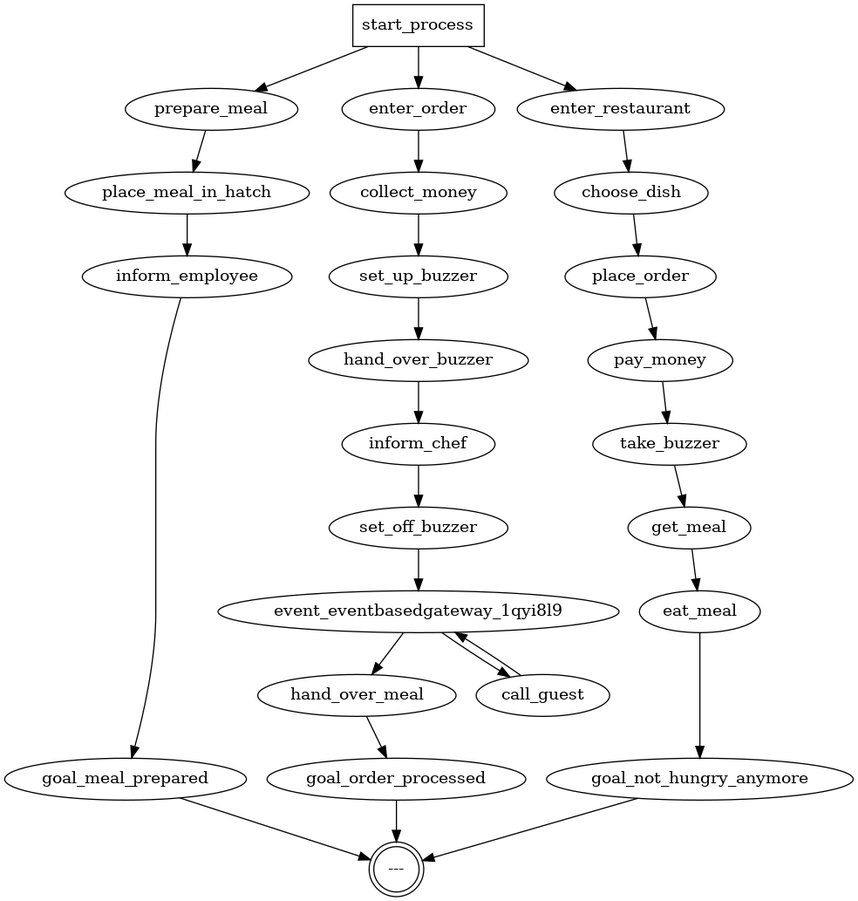
QuMuLab/bpmn-to-pddl-translation keeps this Graphviz diagram as self_serve_restaurant/not_flattened/graph.png. Above is the earlier version. Its source is kept beside it as self_serve_restaurant/not_flattened/graph.dot. Its diagram source:
```dot
digraph {
  20 [label="pay_money"];
  21 [label="place_order"];
  2 [label="inform_employee"];
  1 [label="goal_meal_prepared"];
  0 [label="---", shape=doublecircle];
  3 [label="place_meal_in_hatch"];
  4 [label="prepare_meal"];
  5 [label="start_process", shape=box];
  7 [label="hand_over_meal"];
  14 [label="enter_order"];
  8 [label="event_eventbasedgateway_1qyi8l9"];
  9 [label="set_off_buzzer"];
  10 [label="inform_chef"];
  15 [label="call_guest"];
  6 [label="goal_order_processed"];
  11 [label="hand_over_buzzer"];
  12 [label="set_up_buzzer"];
  13 [label="collect_money"];
  18 [label="get_meal"];
  19 [label="take_buzzer"];
  17 [label="eat_meal"];
  16 [label="goal_not_hungry_anymore"];
  22 [label="choose_dish"];
  23 [label="enter_restaurant"];
  20 -> 19;
  21 -> 20;
  2 -> 1;
  1 -> 0;
  3 -> 2;
  4 -> 3;
  5 -> 23;
  5 -> 14;
  5 -> 4;
  7 -> 6;
  14 -> 13;
  8 -> 7;
  8 -> 15;
  9 -> 8;
  10 -> 9;
  15 -> 8;
  6 -> 0;
  11 -> 10;
  12 -> 11;
  13 -> 12;
  18 -> 17;
  19 -> 18;
  17 -> 16;
  16 -> 0;
  22 -> 21;
  23 -> 22;
}
```
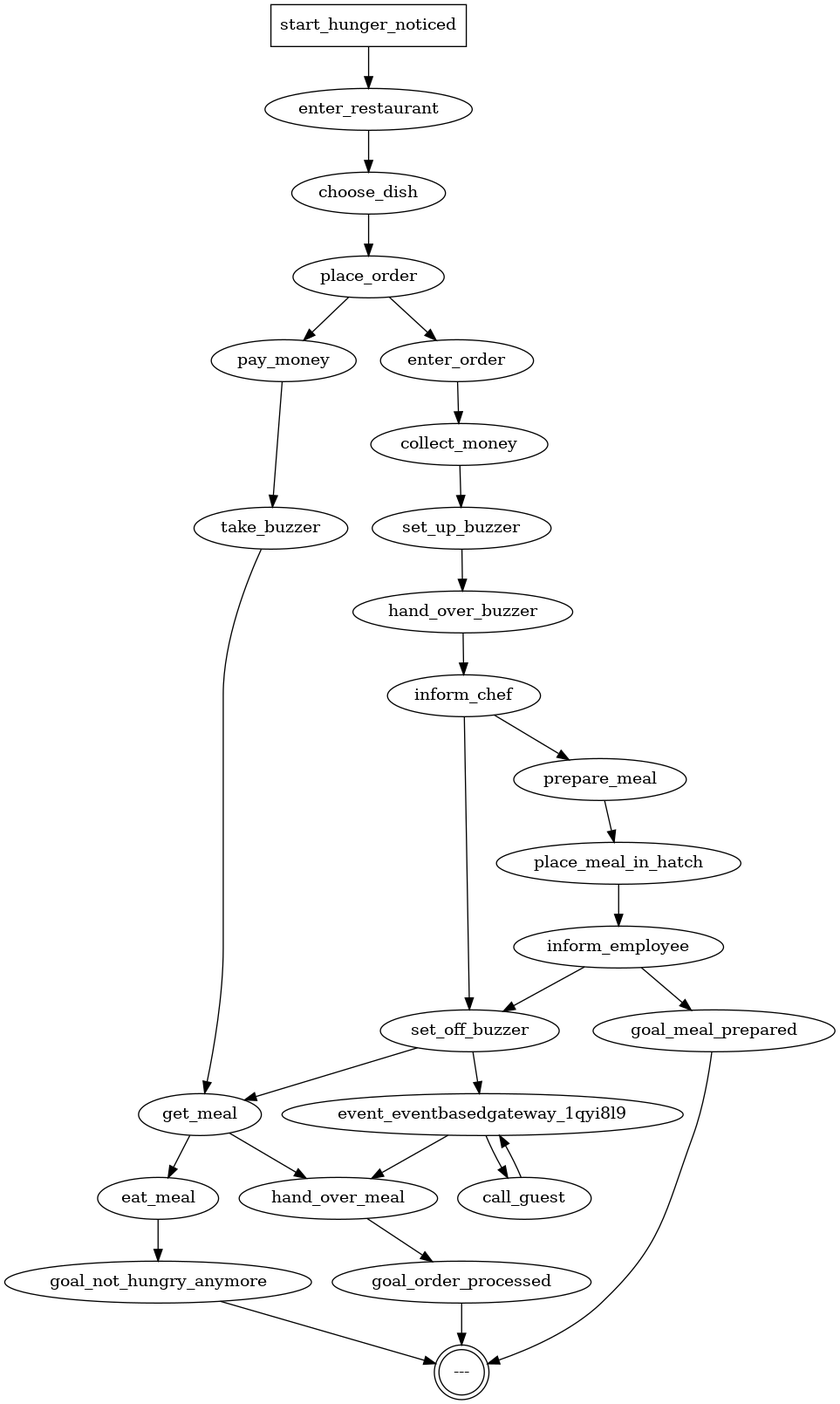
After the change.

Change to the diagram source:
```diff
@@ -1,52 +1,55 @@
 digraph {
-  20 [label="pay_money"];
-  21 [label="place_order"];
-  2 [label="inform_employee"];
-  1 [label="goal_meal_prepared"];
+  1 [label="goal_order_processed"];
   0 [label="---", shape=doublecircle];
-  3 [label="place_meal_in_hatch"];
-  4 [label="prepare_meal"];
-  5 [label="start_process", shape=box];
-  7 [label="hand_over_meal"];
-  14 [label="enter_order"];
-  8 [label="event_eventbasedgateway_1qyi8l9"];
-  9 [label="set_off_buzzer"];
-  10 [label="inform_chef"];
-  15 [label="call_guest"];
-  6 [label="goal_order_processed"];
-  11 [label="hand_over_buzzer"];
-  12 [label="set_up_buzzer"];
-  13 [label="collect_money"];
-  18 [label="get_meal"];
-  19 [label="take_buzzer"];
-  17 [label="eat_meal"];
-  16 [label="goal_not_hungry_anymore"];
-  22 [label="choose_dish"];
-  23 [label="enter_restaurant"];
-  20 -> 19;
-  21 -> 20;
-  2 -> 1;
+  3 [label="get_meal"];
+  4 [label="take_buzzer"];
+  5 [label="pay_money"];
+  6 [label="place_order"];
+  7 [label="choose_dish"];
+  8 [label="enter_restaurant"];
+  9 [label="start_hunger_noticed", shape=box];
+  11 [label="eat_meal"];
+  13 [label="inform_chef"];
+  19 [label="call_guest"];
+  18 [label="event_eventbasedgateway_1qyi8l9"];
+  15 [label="set_up_buzzer"];
+  2 [label="hand_over_meal"];
+  16 [label="collect_money"];
+  17 [label="enter_order"];
+  12 [label="set_off_buzzer"];
+  10 [label="goal_not_hungry_anymore"];
+  14 [label="hand_over_buzzer"];
+  20 [label="inform_employee"];
+  21 [label="place_meal_in_hatch"];
+  22 [label="prepare_meal"];
+  23 [label="goal_meal_prepared"];
   1 -> 0;
   3 -> 2;
+  3 -> 11;
   4 -> 3;
-  5 -> 23;
-  5 -> 14;
   5 -> 4;
+  6 -> 17;
+  6 -> 5;
   7 -> 6;
+  8 -> 7;
+  9 -> 8;
+  11 -> 10;
+  13 -> 12;
+  13 -> 22;
+  19 -> 18;
+  18 -> 2;
+  18 -> 19;
+  15 -> 14;
+  2 -> 1;
+  16 -> 15;
+  17 -> 16;
+  12 -> 18;
+  12 -> 3;
+  10 -> 0;
   14 -> 13;
-  8 -> 7;
-  8 -> 15;
-  9 -> 8;
-  10 -> 9;
-  15 -> 8;
-  6 -> 0;
-  11 -> 10;
-  12 -> 11;
-  13 -> 12;
-  18 -> 17;
-  19 -> 18;
-  17 -> 16;
-  16 -> 0;
+  20 -> 23;
+  20 -> 12;
+  21 -> 20;
   22 -> 21;
-  23 -> 22;
+  23 -> 0;
 }
```
